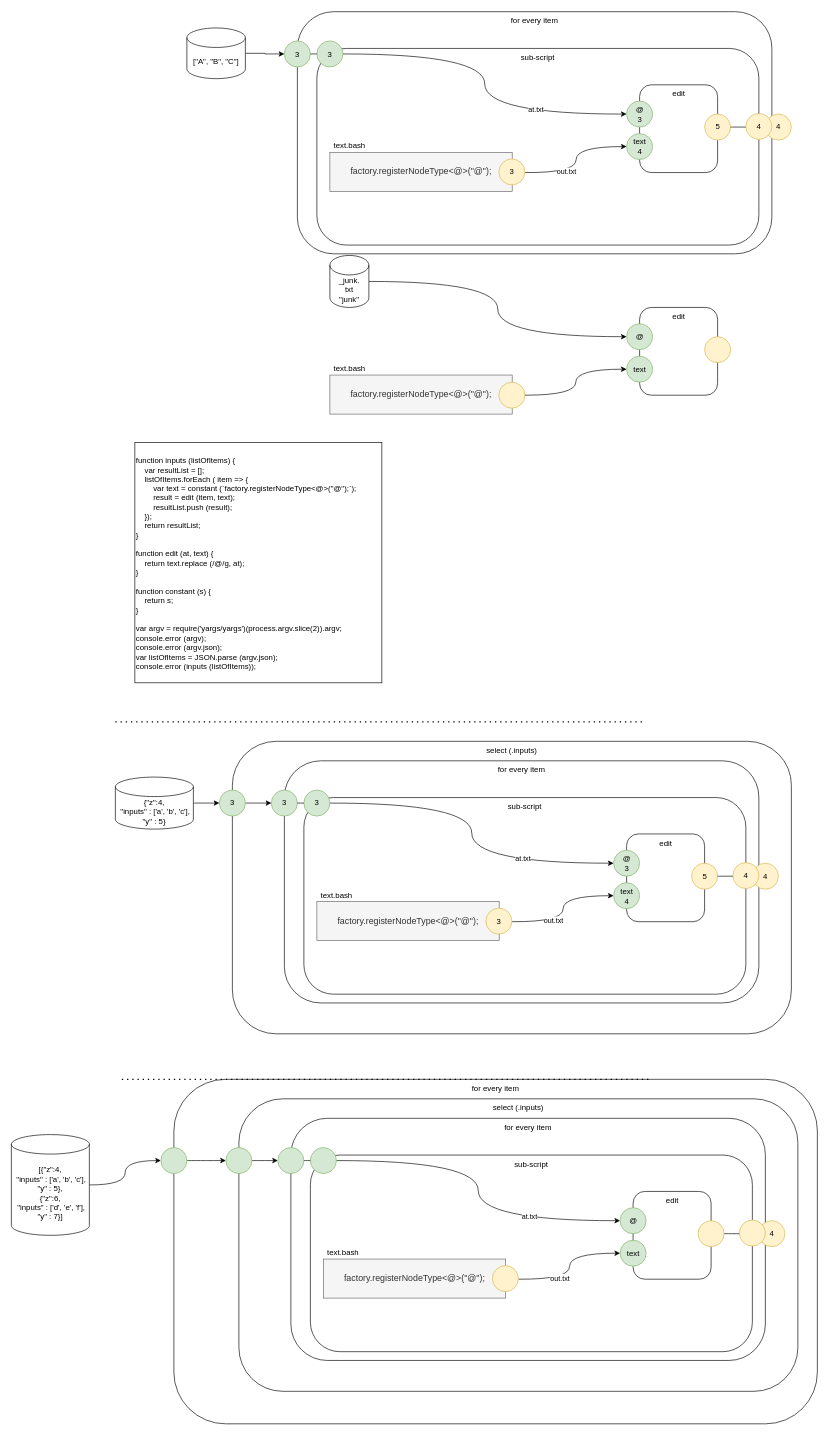
This is play/inputs.drawio from guitarvydas/behavior_tree_to_cpp, a draw.io file, before an edit. Source tidied: cells renumbered, new cells numbered last; positions are measured from the earlier drawing's top-left corner, leaving out a move shared by most shapes. Both pictures are drawn from the tidied source at 65%, with x=0, y=0 at pixel (11, 12).
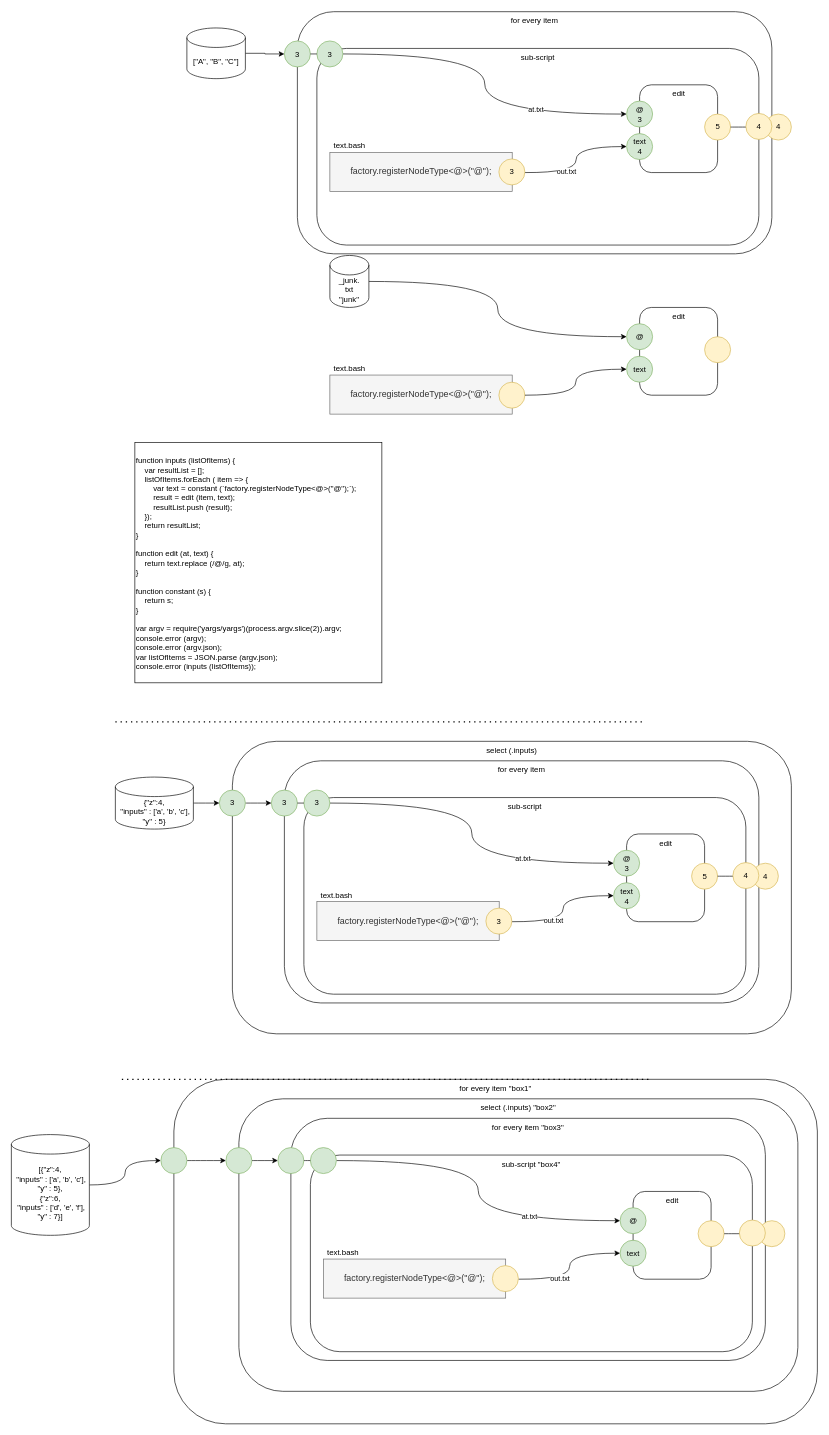
The same diagram, later.

Commit message (it also covers changes not shown here):
forevery.js as compiled boxes

The edit, as a diff of the source:
```diff
@@
-    <mxCell id="2" value="for every item" style="rounded=1;whiteSpace=wrap;html=1;verticalAlign=top;" parent="1" vertex="1">
+    <mxCell id="2" value="for every item &quot;box1&quot;" style="rounded=1;whiteSpace=wrap;html=1;verticalAlign=top;" parent="1" vertex="1">
       <mxGeometry x="250" y="1642" width="990" height="530" as="geometry" />
     </mxCell>
@@
-    <mxCell id="64" value="select (.inputs)" style="rounded=1;whiteSpace=wrap;html=1;verticalAlign=top;" parent="1" vertex="1">
+    <mxCell id="64" value="select (.inputs) &quot;box2&quot;" style="rounded=1;whiteSpace=wrap;html=1;verticalAlign=top;" parent="1" vertex="1">
       <mxGeometry x="350" y="1672" width="860" height="450" as="geometry" />
     </mxCell>
@@
-    <mxCell id="66" value="for every item" style="rounded=1;whiteSpace=wrap;html=1;strokeColor=#000000;align=center;verticalAlign=top;" parent="1" vertex="1">
+    <mxCell id="66" value="for every item &quot;box3&quot;" style="rounded=1;whiteSpace=wrap;html=1;strokeColor=#000000;align=center;verticalAlign=top;" parent="1" vertex="1">
       <mxGeometry x="430" y="1702" width="730" height="372.5" as="geometry" />
     </mxCell>
-    <mxCell id="67" value="sub-script" style="rounded=1;whiteSpace=wrap;html=1;strokeColor=#000000;align=center;verticalAlign=top;" parent="1" vertex="1">
+    <mxCell id="67" value="sub-script &quot;box4&quot;" style="rounded=1;whiteSpace=wrap;html=1;strokeColor=#000000;align=center;verticalAlign=top;" parent="1" vertex="1">
       <mxGeometry x="460" y="1758.5" width="680" height="302.5" as="geometry" />
     </mxCell>
@@
-    <mxCell id="81" value="4" style="ellipse;whiteSpace=wrap;html=1;strokeColor=#d6b656;align=center;fillColor=#fff2cc;" parent="1" vertex="1">
+    <mxCell id="81" style="ellipse;whiteSpace=wrap;html=1;strokeColor=#d6b656;align=center;fillColor=#fff2cc;" parent="1" vertex="1">
       <mxGeometry x="1150" y="1859.5" width="40" height="40" as="geometry" />
     </mxCell>
```
